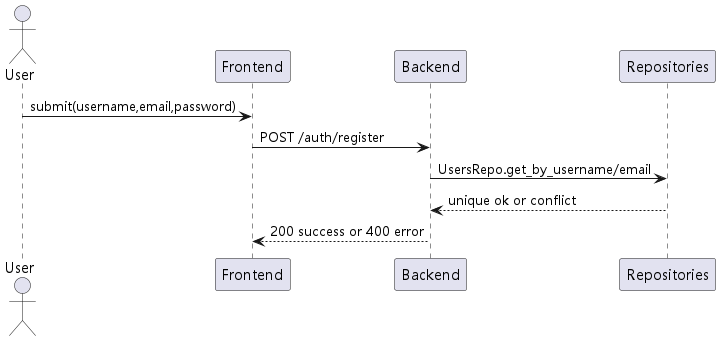
This is docs/uml/exports/sequence_register.png from Cznorth/library-borrowing-system-fastapi-vue3, a PlantUML export, as it was before one commit. The source it was exported from:
```plantuml
@startuml
!include _skin.iuml
actor User
User -> Frontend: submit(username,email,password)
Frontend -> Backend: POST /auth/register
Backend -> Repositories: UsersRepo.get_by_username/email
Repositories --> Backend: unique ok or conflict
Backend --> Frontend: 200 success or 400 error
@enduml
```
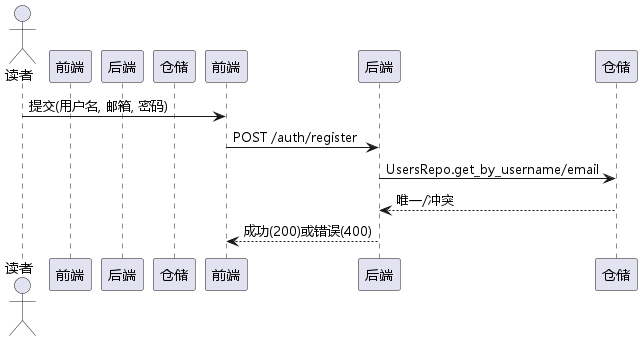
Later version of the same file.

Diff of the diagram source:
```diff
@@ -1,9 +1,12 @@
 @startuml
 !include _skin.iuml
-actor User
-User -> Frontend: submit(username,email,password)
-Frontend -> Backend: POST /auth/register
-Backend -> Repositories: UsersRepo.get_by_username/email
-Repositories --> Backend: unique ok or conflict
-Backend --> Frontend: 200 success or 400 error
+actor 读者
+participant 前端 as Frontend
+participant 后端 as Backend
+participant 仓储 as Repositories
+读者 -> 前端: 提交(用户名, 邮箱, 密码)
+前端 -> 后端: POST /auth/register
+后端 -> 仓储: UsersRepo.get_by_username/email
+仓储 --> 后端: 唯一/冲突
+后端 --> 前端: 成功(200)或错误(400)
 @enduml
```
